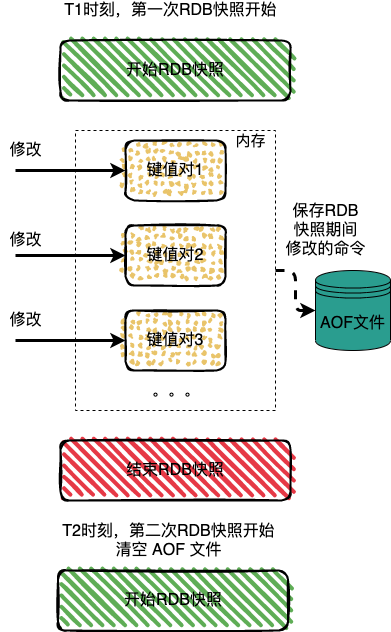
Above: img/redis/redis-aof-and-rdb.png in boilingfrog/Go-POINT (draw.io), before the change. Source tidied: cells renumbered, new cells last; positions are measured from the earlier drawing's top-left corner, leaving out a move shared by most shapes. Source of this version:
```xml
<mxGraphModel>
  <root>
    <mxCell id="0" />
    <mxCell id="1" parent="0" />
    <mxCell id="2" value="开始RDB快照" style="rounded=1;whiteSpace=wrap;html=1;strokeWidth=2;fillWeight=4;hachureGap=8;hachureAngle=45;fillColor=#5FAD56;sketch=1;fontSize=16;" parent="1" vertex="1">
      <mxGeometry x="60" y="40" width="230" height="60" as="geometry" />
    </mxCell>
    <mxCell id="3" value="T1时刻，第一次RDB快照开始" style="text;html=1;align=center;verticalAlign=middle;strokeColor=none;fillColor=none;fontSize=16;" parent="1" vertex="1">
      <mxGeometry x="55" width="230" height="20" as="geometry" />
    </mxCell>
    <mxCell id="4" style="edgeStyle=orthogonalEdgeStyle;html=1;entryX=0;entryY=0.5;entryDx=0;entryDy=0;fontSize=16;startArrow=none;startFill=0;endArrow=classic;endFill=1;strokeWidth=3;dashed=1;" parent="1" edge="1" source="5" target="18">
      <mxGeometry relative="1" as="geometry" />
    </mxCell>
    <mxCell id="5" style="verticalLabelPosition=bottom;verticalAlign=top;html=1;shape=mxgraph.basic.rect;fillColor2=none;strokeWidth=1;size=20;indent=5;fillColor=none;dashed=1;" parent="1" vertex="1">
      <mxGeometry x="75" y="130" width="200" height="280" as="geometry" />
    </mxCell>
    <mxCell id="6" style="edgeStyle=orthogonalEdgeStyle;html=1;fontSize=16;startArrow=classic;startFill=1;endArrow=none;endFill=0;strokeWidth=3;" parent="1" edge="1" source="7">
      <mxGeometry relative="1" as="geometry">
        <mxPoint x="15" y="170" as="targetPoint" />
      </mxGeometry>
    </mxCell>
    <mxCell id="7" value="键值对1" style="rounded=1;whiteSpace=wrap;html=1;strokeWidth=2;fillWeight=2;hachureGap=8;hachureAngle=45;fillColor=#E9C46A;sketch=1;fontSize=16;fillStyle=dots;" parent="1" vertex="1">
      <mxGeometry x="125" y="140" width="100" height="60" as="geometry" />
    </mxCell>
    <mxCell id="8" style="edgeStyle=orthogonalEdgeStyle;html=1;fontSize=16;startArrow=classic;startFill=1;endArrow=none;endFill=0;strokeWidth=3;" parent="1" edge="1" source="9">
      <mxGeometry relative="1" as="geometry">
        <mxPoint x="15" y="255" as="targetPoint" />
      </mxGeometry>
    </mxCell>
    <mxCell id="9" value="键值对2" style="rounded=1;whiteSpace=wrap;html=1;strokeWidth=2;fillWeight=2;hachureGap=8;hachureAngle=45;fillColor=#E9C46A;sketch=1;fontSize=16;fillStyle=dots;" parent="1" vertex="1">
      <mxGeometry x="125" y="225" width="100" height="60" as="geometry" />
    </mxCell>
    <mxCell id="10" style="edgeStyle=orthogonalEdgeStyle;html=1;fontSize=16;startArrow=classic;startFill=1;endArrow=none;endFill=0;strokeWidth=3;" parent="1" edge="1" source="11">
      <mxGeometry relative="1" as="geometry">
        <mxPoint x="15" y="340" as="targetPoint" />
      </mxGeometry>
    </mxCell>
    <mxCell id="11" value="键值对3" style="rounded=1;whiteSpace=wrap;html=1;strokeWidth=2;fillWeight=2;hachureGap=8;hachureAngle=45;fillColor=#E9C46A;sketch=1;fontSize=16;fillStyle=dots;" parent="1" vertex="1">
      <mxGeometry x="125" y="310" width="100" height="60" as="geometry" />
    </mxCell>
    <mxCell id="12" value="内存" style="text;html=1;align=center;verticalAlign=middle;strokeColor=none;fillColor=none;fontSize=15;" parent="1" vertex="1">
      <mxGeometry x="225" y="130" width="50" height="20" as="geometry" />
    </mxCell>
    <mxCell id="13" value="。。。" style="text;html=1;align=center;verticalAlign=middle;strokeColor=none;fillColor=none;fontSize=16;" parent="1" vertex="1">
      <mxGeometry x="145" y="380" width="60" height="20" as="geometry" />
    </mxCell>
    <mxCell id="14" value="结束RDB快照" style="rounded=1;whiteSpace=wrap;html=1;strokeWidth=2;fillWeight=4;hachureGap=8;hachureAngle=45;fillColor=#E63946;sketch=1;fontSize=16;" parent="1" vertex="1">
      <mxGeometry x="60" y="440" width="230" height="60" as="geometry" />
    </mxCell>
    <mxCell id="15" value="修改" style="text;html=1;align=center;verticalAlign=middle;strokeColor=none;fillColor=none;fontSize=16;" parent="1" vertex="1">
      <mxGeometry y="140" width="50" height="20" as="geometry" />
    </mxCell>
    <mxCell id="16" value="修改" style="text;html=1;align=center;verticalAlign=middle;strokeColor=none;fillColor=none;fontSize=16;" parent="1" vertex="1">
      <mxGeometry y="230" width="50" height="20" as="geometry" />
    </mxCell>
    <mxCell id="17" value="修改" style="text;html=1;align=center;verticalAlign=middle;strokeColor=none;fillColor=none;fontSize=16;" parent="1" vertex="1">
      <mxGeometry y="310" width="50" height="20" as="geometry" />
    </mxCell>
    <mxCell id="18" value="AOF文件" style="shape=datastore;whiteSpace=wrap;html=1;fontSize=16;fillColor=#2A9D8F;" parent="1" vertex="1">
      <mxGeometry x="315" y="270" width="75" height="80" as="geometry" />
    </mxCell>
    <mxCell id="19" value="保存RDB&lt;br&gt;快照期间&lt;br&gt;修改的命令" style="text;html=1;align=center;verticalAlign=middle;strokeColor=none;fillColor=none;fontSize=16;" parent="1" vertex="1">
      <mxGeometry x="275" y="200" width="100" height="60" as="geometry" />
    </mxCell>
    <mxCell id="20" value="开始RDB快照" style="rounded=1;whiteSpace=wrap;html=1;strokeWidth=2;fillWeight=4;hachureGap=8;hachureAngle=45;fillColor=#5FAD56;sketch=1;fontSize=16;" parent="1" vertex="1">
      <mxGeometry x="57.5" y="570" width="230" height="60" as="geometry" />
    </mxCell>
    <mxCell id="21" value="T2时刻，第二次RDB快照开始&lt;br&gt;清空 AOF 文件" style="text;html=1;align=center;verticalAlign=middle;strokeColor=none;fillColor=none;fontSize=16;" parent="1" vertex="1">
      <mxGeometry x="52.5" y="520" width="230" height="40" as="geometry" />
    </mxCell>
  </root>
</mxGraphModel>
```
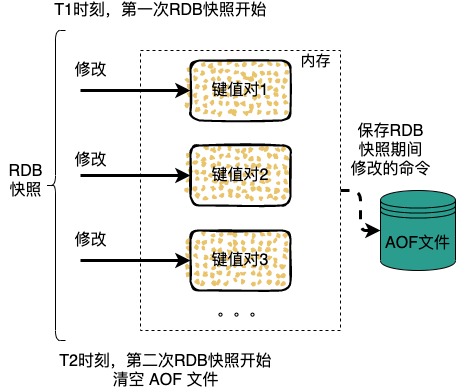
After the commit.

Commit message:
feat:redis 中的持久化

Change to the diagram source:
```diff
@@ -2,11 +2,8 @@
   <root>
     <mxCell id="0" />
     <mxCell id="1" parent="0" />
-    <mxCell id="2" value="开始RDB快照" style="rounded=1;whiteSpace=wrap;html=1;strokeWidth=2;fillWeight=4;hachureGap=8;hachureAngle=45;fillColor=#5FAD56;sketch=1;fontSize=16;" parent="1" vertex="1">
-      <mxGeometry x="60" y="40" width="230" height="60" as="geometry" />
-    </mxCell>
     <mxCell id="3" value="T1时刻，第一次RDB快照开始" style="text;html=1;align=center;verticalAlign=middle;strokeColor=none;fillColor=none;fontSize=16;" parent="1" vertex="1">
-      <mxGeometry x="55" width="230" height="20" as="geometry" />
+      <mxGeometry x="-20" y="80" width="230" height="20" as="geometry" />
     </mxCell>
     <mxCell id="4" style="edgeStyle=orthogonalEdgeStyle;html=1;entryX=0;entryY=0.5;entryDx=0;entryDy=0;fontSize=16;startArrow=none;startFill=0;endArrow=classic;endFill=1;strokeWidth=3;dashed=1;" parent="1" edge="1" source="5" target="18">
       <mxGeometry relative="1" as="geometry" />
@@ -44,9 +41,6 @@
     <mxCell id="13" value="。。。" style="text;html=1;align=center;verticalAlign=middle;strokeColor=none;fillColor=none;fontSize=16;" parent="1" vertex="1">
       <mxGeometry x="145" y="380" width="60" height="20" as="geometry" />
     </mxCell>
-    <mxCell id="14" value="结束RDB快照" style="rounded=1;whiteSpace=wrap;html=1;strokeWidth=2;fillWeight=4;hachureGap=8;hachureAngle=45;fillColor=#E63946;sketch=1;fontSize=16;" parent="1" vertex="1">
-      <mxGeometry x="60" y="440" width="230" height="60" as="geometry" />
-    </mxCell>
     <mxCell id="15" value="修改" style="text;html=1;align=center;verticalAlign=middle;strokeColor=none;fillColor=none;fontSize=16;" parent="1" vertex="1">
       <mxGeometry y="140" width="50" height="20" as="geometry" />
     </mxCell>
@@ -62,11 +56,14 @@
     <mxCell id="19" value="保存RDB&lt;br&gt;快照期间&lt;br&gt;修改的命令" style="text;html=1;align=center;verticalAlign=middle;strokeColor=none;fillColor=none;fontSize=16;" parent="1" vertex="1">
       <mxGeometry x="275" y="200" width="100" height="60" as="geometry" />
     </mxCell>
-    <mxCell id="20" value="开始RDB快照" style="rounded=1;whiteSpace=wrap;html=1;strokeWidth=2;fillWeight=4;hachureGap=8;hachureAngle=45;fillColor=#5FAD56;sketch=1;fontSize=16;" parent="1" vertex="1">
-      <mxGeometry x="57.5" y="570" width="230" height="60" as="geometry" />
-    </mxCell>
     <mxCell id="21" value="T2时刻，第二次RDB快照开始&lt;br&gt;清空 AOF 文件" style="text;html=1;align=center;verticalAlign=middle;strokeColor=none;fillColor=none;fontSize=16;" parent="1" vertex="1">
-      <mxGeometry x="52.5" y="520" width="230" height="40" as="geometry" />
+      <mxGeometry x="-15" y="430" width="230" height="40" as="geometry" />
     </mxCell>
+    <mxCell id="22" style="shape=curlyBracket;whiteSpace=wrap;html=1;rounded=1;fontSize=16;fillColor=#E63946;" parent="1" vertex="1">
+      <mxGeometry x="-20" y="110" width="20" height="310" as="geometry" />
+    </mxCell>
+    <mxCell id="23" value="RDB&lt;br&gt;快照" style="text;html=1;align=center;verticalAlign=middle;strokeColor=none;fillColor=none;fontSize=16;" parent="1" vertex="1">
+      <mxGeometry x="-65" y="240" width="50" height="40" as="geometry" />
+    </mxCell>
   </root>
 </mxGraphModel>
```
